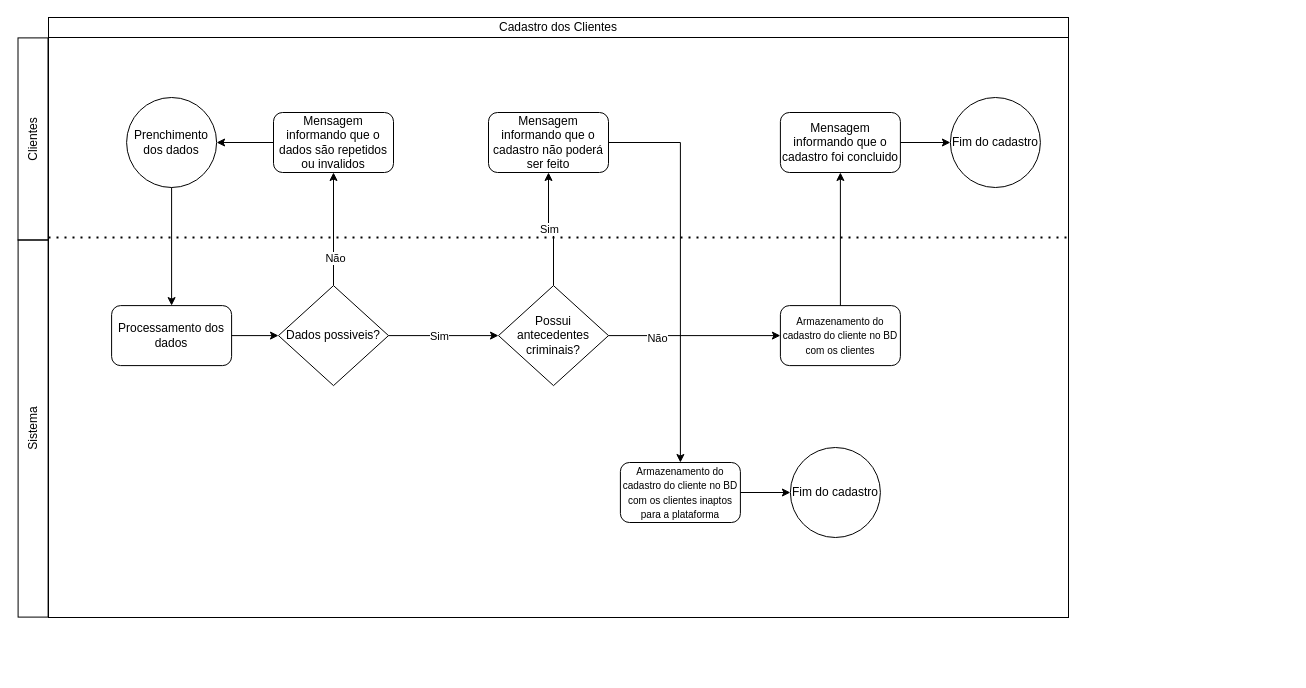
Earlier version of the draw.io diagram Diagrama de cadastro dos clientes.drawio (HG0304/CC5511-SIRIUS). Source tidied: cells renumbered, new cells numbered last; positions are measured from the earlier drawing's top-left corner, leaving out a move shared by most shapes. Both pictures are drawn from the tidied source at 100%, with x=0, y=0 at pixel (-156, 17).
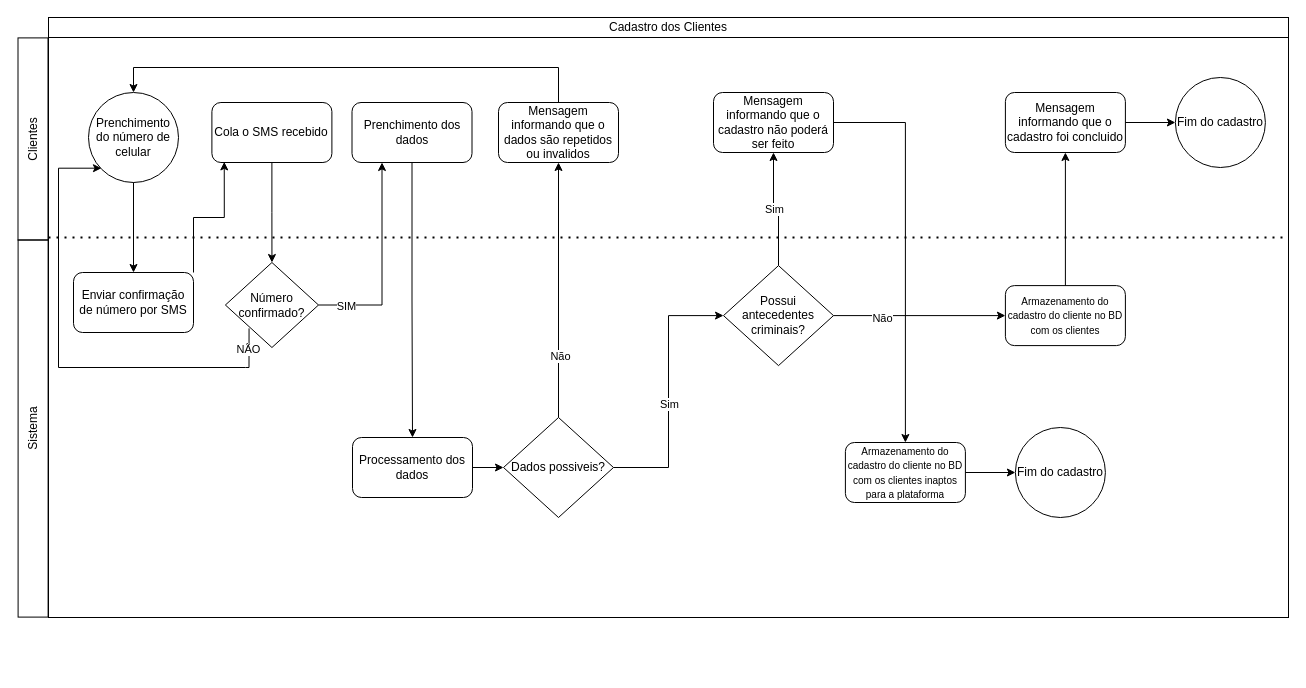
Above is the later version.

What changed in the source:
```diff
@@
     <mxCell id="2" value="Cadastro dos Clientes" style="rounded=0;whiteSpace=wrap;html=1;fillColor=none;" parent="1" vertex="1">
-      <mxGeometry x="204" width="1020" height="20" as="geometry" />
+      <mxGeometry x="204" width="1240" height="20" as="geometry" />
     </mxCell>
     <mxCell id="3" style="rounded=0;whiteSpace=wrap;html=1;fillColor=none;" parent="1" vertex="1">
-      <mxGeometry x="204" y="20" width="1020" height="580" as="geometry" />
+      <mxGeometry x="204" y="20" width="1240" height="580" as="geometry" />
     </mxCell>
-    <mxCell id="4" value="Prenchimento dos dados" style="ellipse;whiteSpace=wrap;html=1;fillColor=none;" parent="1" vertex="1">
-      <mxGeometry x="282.1" y="80" width="90" height="90" as="geometry" />
-    </mxCell>
@@
     <mxCell id="7" style="edgeStyle=orthogonalEdgeStyle;rounded=0;orthogonalLoop=1;jettySize=auto;html=1;exitX=0.5;exitY=1;exitDx=0;exitDy=0;" parent="1" edge="1">
       <mxGeometry relative="1" as="geometry">
-        <mxPoint x="944.9" y="645" as="sourcePoint" />
-        <mxPoint x="944.9" y="645" as="targetPoint" />
+        <mxPoint x="1169.9" y="625" as="sourcePoint" />
+        <mxPoint x="1169.9" y="625" as="targetPoint" />
       </mxGeometry>
     </mxCell>
-    <mxCell id="8" style="edgeStyle=orthogonalEdgeStyle;rounded=0;jettySize=auto;html=1;" parent="1" edge="1" source="9" target="31">
+    <mxCell id="8" style="edgeStyle=orthogonalEdgeStyle;rounded=0;jettySize=auto;html=1;exitX=1;exitY=0.5;exitDx=0;exitDy=0;entryX=0;entryY=0.5;entryDx=0;entryDy=0;" parent="1" edge="1" source="9" target="31">
       <mxGeometry relative="1" as="geometry" />
     </mxCell>
     <mxCell id="9" value="Processamento dos dados" style="rounded=1;whiteSpace=wrap;html=1;fillColor=none;" parent="1" vertex="1">
-      <mxGeometry x="267.1" y="288.1" width="120" height="60" as="geometry" />
+      <mxGeometry x="508" y="420" width="120" height="60" as="geometry" />
     </mxCell>
@@
     <mxCell id="12" value="Possui antecedentes criminais?" style="rhombus;whiteSpace=wrap;html=1;fillColor=none;" parent="1" vertex="1">
-      <mxGeometry x="654" y="268.1" width="110" height="100" as="geometry" />
+      <mxGeometry x="879" y="248.1" width="110" height="100" as="geometry" />
     </mxCell>
@@
     <mxCell id="14" value="Mensagem informando que o cadastro não poderá ser feito" style="rounded=1;whiteSpace=wrap;html=1;fillColor=none;" parent="1" vertex="1">
-      <mxGeometry x="644" y="95" width="120" height="60" as="geometry" />
+      <mxGeometry x="869" y="75" width="120" height="60" as="geometry" />
     </mxCell>
@@
     <mxCell id="16" value="&lt;font style=&quot;font-size: 10px;&quot;&gt;Armazenamento do cadastro do cliente no BD com os clientes inaptos para a plataforma&lt;/font&gt;" style="rounded=1;whiteSpace=wrap;html=1;fillColor=none;" parent="1" vertex="1">
-      <mxGeometry x="775.9" y="445" width="120" height="60" as="geometry" />
+      <mxGeometry x="1000.9" y="425" width="120" height="60" as="geometry" />
     </mxCell>
     <mxCell id="17" value="Fim do cadastro" style="ellipse;whiteSpace=wrap;html=1;fillColor=none;" parent="1" vertex="1">
-      <mxGeometry x="945.9" y="430" width="90" height="90" as="geometry" />
+      <mxGeometry x="1170.9" y="410" width="90" height="90" as="geometry" />
     </mxCell>
@@
     <mxCell id="20" value="Mensagem informando que o cadastro foi concluido" style="rounded=1;whiteSpace=wrap;html=1;fillColor=none;" parent="1" vertex="1">
-      <mxGeometry x="935.9" y="95" width="120" height="60" as="geometry" />
+      <mxGeometry x="1160.9" y="75" width="120" height="60" as="geometry" />
     </mxCell>
@@
-    <mxCell id="22" style="edgeStyle=orthogonalEdgeStyle;rounded=0;jettySize=auto;html=1;exitX=0.5;exitY=1;exitDx=0;exitDy=0;entryX=0.5;entryY=0;entryDx=0;entryDy=0;" parent="1" edge="1" source="4" target="9">
-      <mxGeometry relative="1" as="geometry" />
-    </mxCell>
     <mxCell id="23" value="Fim do cadastro" style="ellipse;whiteSpace=wrap;html=1;fillColor=none;" parent="1" vertex="1">
-      <mxGeometry x="1105.9" y="80" width="90" height="90" as="geometry" />
+      <mxGeometry x="1330.9" y="60" width="90" height="90" as="geometry" />
     </mxCell>
@@
     <mxCell id="26" value="&lt;font style=&quot;font-size: 10px;&quot;&gt;Armazenamento do cadastro do cliente no BD com os clientes&lt;/font&gt;" style="rounded=1;whiteSpace=wrap;html=1;fillColor=none;" parent="1" vertex="1">
-      <mxGeometry x="935.9" y="288.1" width="120" height="60" as="geometry" />
+      <mxGeometry x="1160.9" y="268.1" width="120" height="60" as="geometry" />
     </mxCell>
@@
     <mxCell id="31" value="Dados possiveis?" style="rhombus;whiteSpace=wrap;html=1;fillColor=none;" parent="1" vertex="1">
-      <mxGeometry x="434" y="268.1" width="110" height="100" as="geometry" />
+      <mxGeometry x="659" y="400" width="110" height="100" as="geometry" />
     </mxCell>
-    <mxCell id="32" style="edgeStyle=orthogonalEdgeStyle;rounded=0;jettySize=auto;html=1;" parent="1" edge="1" source="33" target="4">
-      <mxGeometry relative="1" as="geometry" />
-    </mxCell>
+    <mxCell id="34" style="edgeStyle=orthogonalEdgeStyle;rounded=0;jettySize=auto;html=1;exitX=0.5;exitY=0;exitDx=0;exitDy=0;entryX=0.5;entryY=0;entryDx=0;entryDy=0;" parent="1" edge="1" source="33" target="36">
+      <mxGeometry relative="1" as="geometry">
+        <Array as="points">
+          <mxPoint x="714" y="50" />
+          <mxPoint x="289" y="50" />
+        </Array>
+      </mxGeometry>
+    </mxCell>
     <mxCell id="33" value="Mensagem informando que o dados são repetidos ou invalidos" style="rounded=1;whiteSpace=wrap;html=1;fillColor=none;" parent="1" vertex="1">
-      <mxGeometry x="429" y="95" width="120" height="60" as="geometry" />
+      <mxGeometry x="654" y="85" width="120" height="60" as="geometry" />
     </mxCell>
+    <mxCell id="22" style="edgeStyle=orthogonalEdgeStyle;rounded=0;jettySize=auto;html=1;exitX=0.5;exitY=1;exitDx=0;exitDy=0;entryX=0.5;entryY=0;entryDx=0;entryDy=0;" parent="1" edge="1" source="4" target="9">
+      <mxGeometry relative="1" as="geometry" />
+    </mxCell>
+    <mxCell id="4" value="Prenchimento dos dados" style="rounded=1;whiteSpace=wrap;html=1;fillColor=none;" parent="1" vertex="1">
+      <mxGeometry x="507.5" y="85" width="120" height="60" as="geometry" />
+    </mxCell>
+    <mxCell id="35" style="edgeStyle=orthogonalEdgeStyle;rounded=0;jettySize=auto;html=1;exitX=0.5;exitY=1;exitDx=0;exitDy=0;entryX=0.5;entryY=0;entryDx=0;entryDy=0;" parent="1" edge="1" source="36" target="38">
+      <mxGeometry relative="1" as="geometry" />
+    </mxCell>
+    <mxCell id="36" value="Prenchimento do número de celular" style="ellipse;whiteSpace=wrap;html=1;fillColor=none;" parent="1" vertex="1">
+      <mxGeometry x="244" y="75" width="90" height="90" as="geometry" />
+    </mxCell>
+    <mxCell id="37" style="edgeStyle=orthogonalEdgeStyle;rounded=0;jettySize=auto;html=1;exitX=1;exitY=0;exitDx=0;exitDy=0;entryX=0.103;entryY=0.99;entryDx=0;entryDy=0;entryPerimeter=0;" parent="1" edge="1" source="38" target="45">
+      <mxGeometry relative="1" as="geometry" />
+    </mxCell>
+    <mxCell id="38" value="Enviar confirmação de número por SMS" style="rounded=1;whiteSpace=wrap;html=1;fillColor=none;" parent="1" vertex="1">
+      <mxGeometry x="229" y="255" width="120" height="60" as="geometry" />
+    </mxCell>
+    <mxCell id="39" style="edgeStyle=orthogonalEdgeStyle;rounded=0;jettySize=auto;html=1;exitX=1;exitY=0.5;exitDx=0;exitDy=0;entryX=0.25;entryY=1;entryDx=0;entryDy=0;" parent="1" edge="1" source="43" target="4">
+      <mxGeometry relative="1" as="geometry" />
+    </mxCell>
+    <mxCell id="40" value="SIM" style="edgeLabel;html=1;align=center;verticalAlign=middle;" parent="39" vertex="1">
+      <mxGeometry x="-0.74" y="-1" relative="1" as="geometry" />
+    </mxCell>
+    <mxCell id="41" style="edgeStyle=orthogonalEdgeStyle;rounded=0;jettySize=auto;html=1;exitX=0.254;exitY=0.775;exitDx=0;exitDy=0;entryX=0.144;entryY=0.841;entryDx=0;entryDy=0;exitPerimeter=0;entryPerimeter=0;" parent="1" edge="1" source="43" target="36">
+      <mxGeometry relative="1" as="geometry">
+        <Array as="points">
+          <mxPoint x="401" y="350" />
+          <mxPoint x="214" y="350" />
+          <mxPoint x="214" y="150" />
+          <mxPoint x="257" y="150" />
+        </Array>
+      </mxGeometry>
+    </mxCell>
+    <mxCell id="42" value="NÃO" style="edgeLabel;html=1;align=center;verticalAlign=middle;" parent="41" vertex="1">
+      <mxGeometry x="-0.91" y="-1" relative="1" as="geometry" />
+    </mxCell>
+    <mxCell id="43" value="Número confirmado?" style="rhombus;whiteSpace=wrap;html=1;fillColor=none;" parent="1" vertex="1">
+      <mxGeometry x="380.9" y="245" width="93.1" height="85" as="geometry" />
+    </mxCell>
+    <mxCell id="44" style="edgeStyle=orthogonalEdgeStyle;rounded=0;jettySize=auto;html=1;exitX=0.5;exitY=1;exitDx=0;exitDy=0;entryX=0.5;entryY=0;entryDx=0;entryDy=0;" parent="1" edge="1" source="45" target="43">
+      <mxGeometry relative="1" as="geometry" />
+    </mxCell>
+    <mxCell id="45" value="Cola o SMS recebido" style="rounded=1;whiteSpace=wrap;html=1;fillColor=none;" parent="1" vertex="1">
+      <mxGeometry x="367.4" y="85" width="120" height="60" as="geometry" />
+    </mxCell>
+    <mxCell id="46" style="edgeStyle=orthogonalEdgeStyle;rounded=0;orthogonalLoop=1;jettySize=auto;html=1;exitX=0.5;exitY=1;exitDx=0;exitDy=0;" parent="1" edge="1" source="3" target="3">
+      <mxGeometry relative="1" as="geometry" />
+    </mxCell>
```
